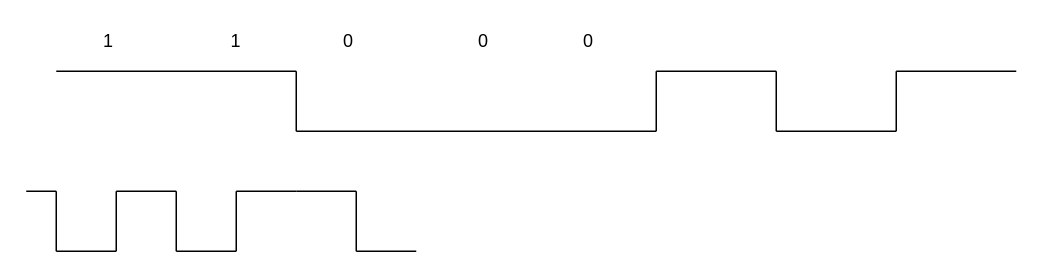
Above: Untitled Diagram.drawio in iluzhiyong/01-Algorithm_C (draw.io), before the change. Source tidied: cells renumbered, new cells numbered last; positions are measured from the earlier drawing's top-left corner, leaving out a move shared by most shapes. Both pictures are drawn from the tidied source at 150%, with x=0, y=0 at pixel (26, 26).
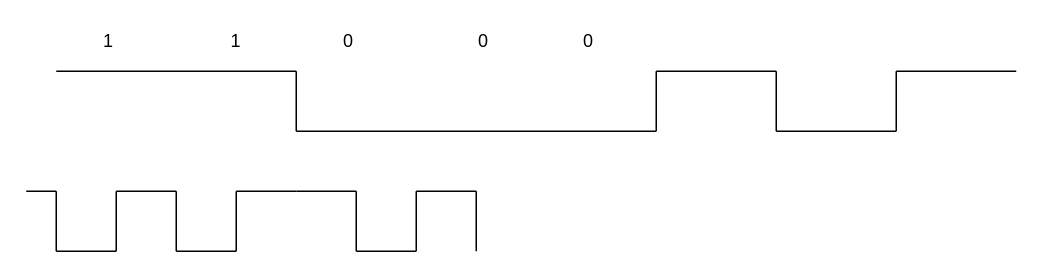
The same diagram, later.

Change to the diagram source:
```diff
@@
+    <mxCell id="28" style="endArrow=none;html=1;rounded=0;" parent="1" edge="1">
+      <mxGeometry relative="1" as="geometry">
+        <mxPoint x="260" y="110" as="sourcePoint" />
+        <mxPoint x="260" y="150" as="targetPoint" />
+        <Array as="points">
+          <mxPoint x="260" y="120" />
+        </Array>
+      </mxGeometry>
+    </mxCell>
+    <mxCell id="29" style="endArrow=none;html=1;rounded=0;" parent="1" edge="1">
+      <mxGeometry relative="1" as="geometry">
+        <mxPoint x="260" y="110" as="sourcePoint" />
+        <mxPoint x="300" y="110" as="targetPoint" />
+        <Array as="points">
+          <mxPoint x="290" y="110" />
+        </Array>
+      </mxGeometry>
+    </mxCell>
+    <mxCell id="30" style="endArrow=none;html=1;rounded=0;" parent="1" edge="1">
+      <mxGeometry relative="1" as="geometry">
+        <mxPoint x="300" y="110" as="sourcePoint" />
+        <mxPoint x="300" y="150" as="targetPoint" />
+        <Array as="points">
+          <mxPoint x="300" y="120" />
+        </Array>
+      </mxGeometry>
+    </mxCell>
```
